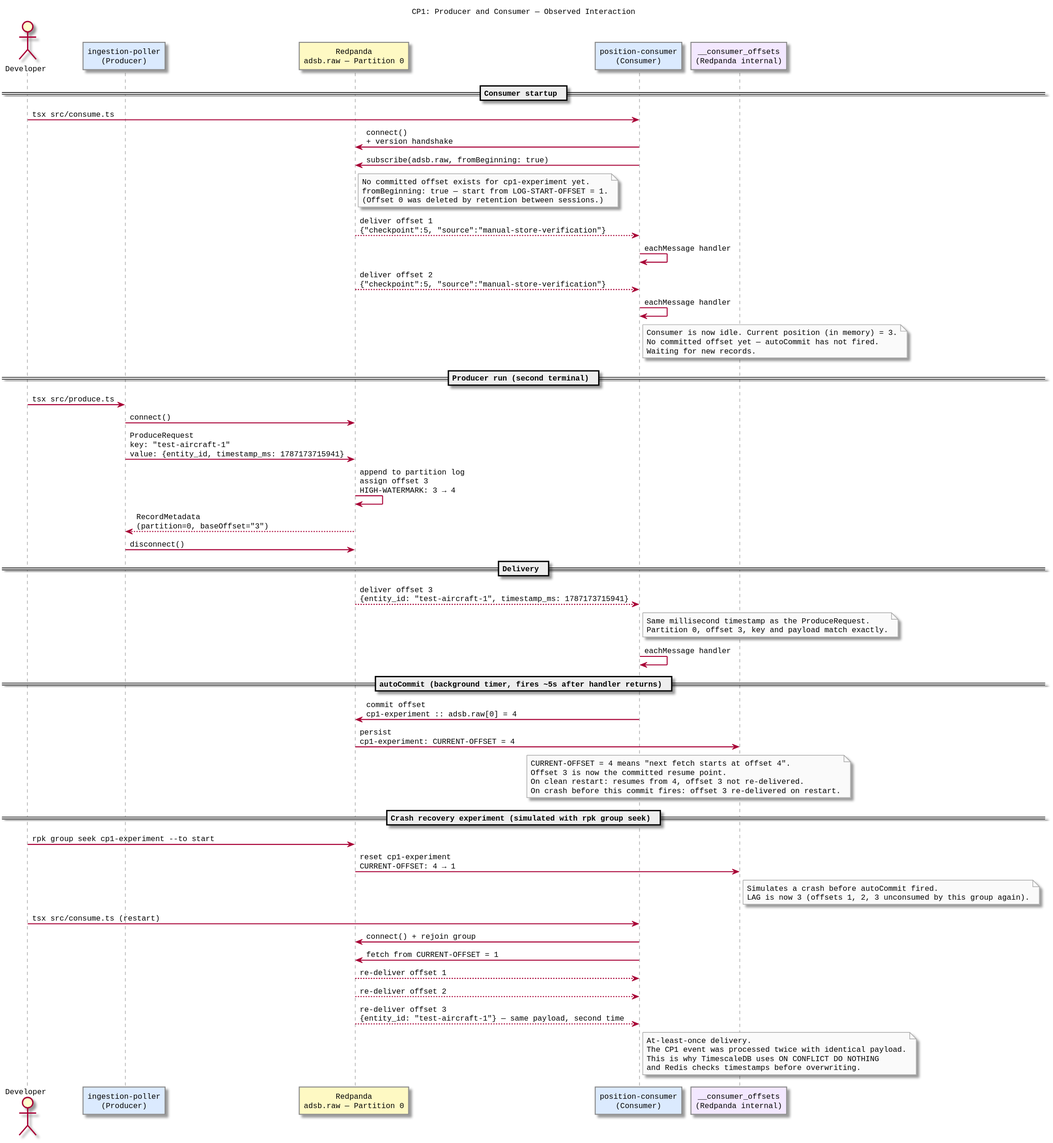
Buffden/sentinel keeps this PlantUML diagram as diagrams/docs/implementation/phase-02-live-position-pipeline/concepts/kafka-experiment/cp1-sequence.svg. Above is the earlier version.
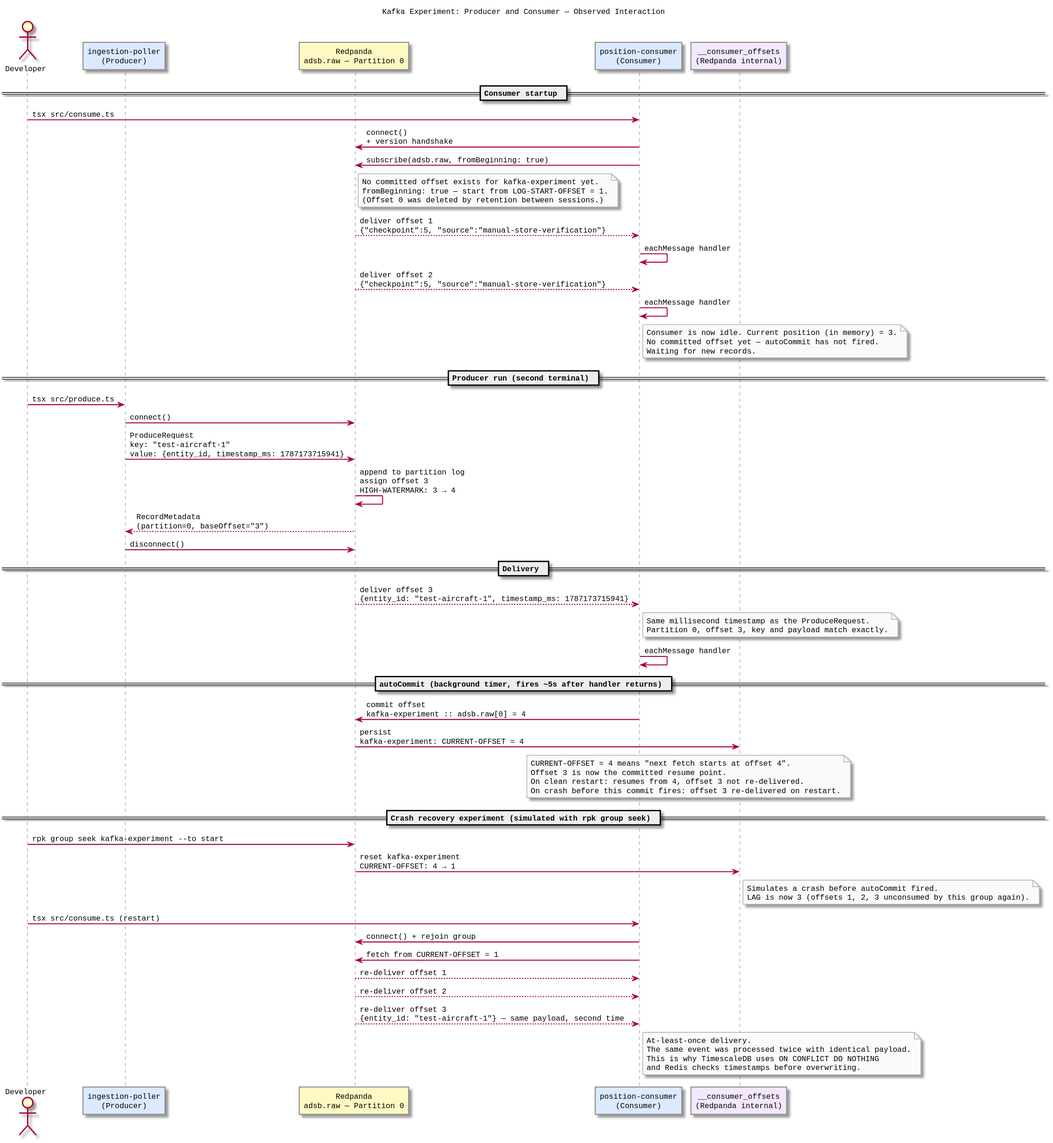
Later version of the same file.

Diff of the diagram source:
```diff
@@ -1,5 +1,5 @@
 @startuml cp1-sequence
-title CP1: Producer and Consumer — Observed Interaction
+title Kafka Experiment: Producer and Consumer — Observed Interaction
 
 skinparam defaultFontName Monospaced
 skinparam defaultFontSize 12
@@ -25,7 +25,7 @@
 Consumer -> Broker : subscribe(adsb.raw, fromBeginning: true)
 
 note right of Broker
-  No committed offset exists for cp1-experiment yet.
+  No committed offset exists for kafka-experiment yet.
   fromBeginning: true — start from LOG-START-OFFSET = 1.
   (Offset 0 was deleted by retention between sessions.)
 end note
@@ -66,8 +66,8 @@
 
 == autoCommit (background timer, fires ~5s after handler returns) ==
 
-Consumer -> Broker : commit offset\ncp1-experiment :: adsb.raw[0] = 4
-Broker -> Offsets : persist\ncp1-experiment: CURRENT-OFFSET = 4
+Consumer -> Broker : commit offset\nkafka-experiment :: adsb.raw[0] = 4
+Broker -> Offsets : persist\nkafka-experiment: CURRENT-OFFSET = 4
 
 note over Consumer, Offsets
   CURRENT-OFFSET = 4 means "next fetch starts at offset 4".
@@ -78,9 +78,9 @@
 
 == Crash recovery experiment (simulated with rpk group seek) ==
 
-dev -> Broker : rpk group seek cp1-experiment --to start
+dev -> Broker : rpk group seek kafka-experiment --to start
 
-Broker -> Offsets : reset cp1-experiment\nCURRENT-OFFSET: 4 → 1
+Broker -> Offsets : reset kafka-experiment\nCURRENT-OFFSET: 4 → 1
 
 note right of Offsets
   Simulates a crash before autoCommit fired.
@@ -97,7 +97,7 @@
 
 note right of Consumer
   At-least-once delivery.
-  The CP1 event was processed twice with identical payload.
+  The same event was processed twice with identical payload.
   This is why TimescaleDB uses ON CONFLICT DO NOTHING
   and Redis checks timestamps before overwriting.
 end note
```
